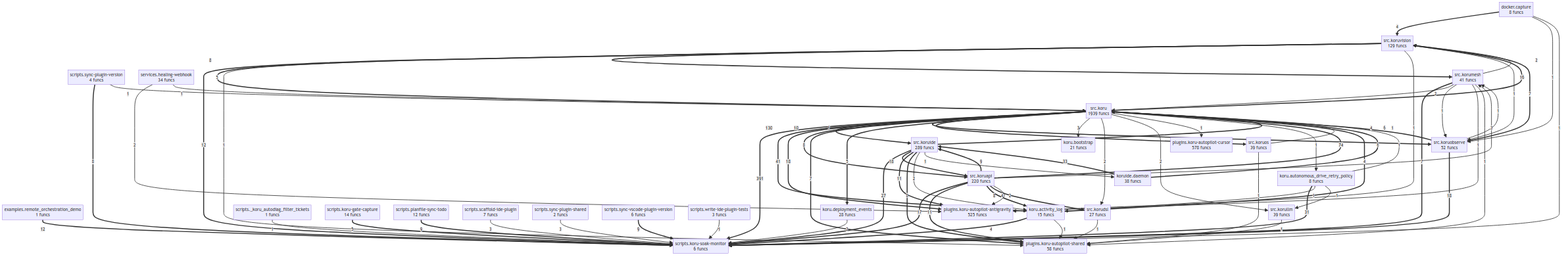
Before: project/compact_flow.png, a diagram exported from Mermaid (semcod/koru). Its source is kept beside it as project/compact_flow.mmd.
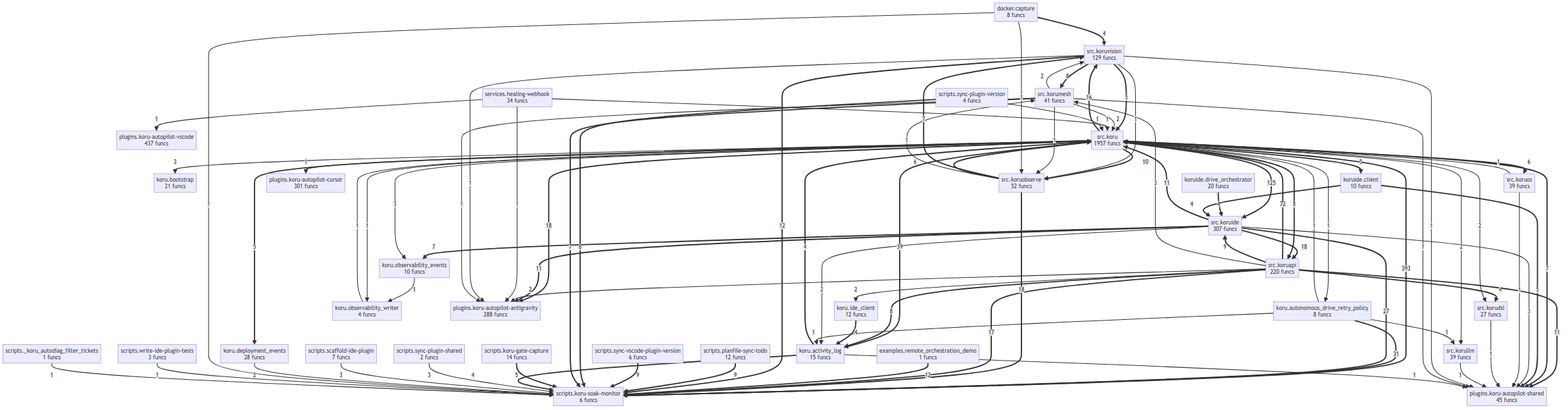
Later version of the same file.

What changed in the source:
```diff
@@ -5,10 +5,15 @@
     koru__autonomous_drive_retry_policy["koru.autonomous_drive_retry_policy<br/>8 funcs"]
     koru__bootstrap["koru.bootstrap<br/>21 funcs"]
     koru__deployment_events["koru.deployment_events<br/>28 funcs"]
-    koruide__daemon["koruide.daemon<br/>38 funcs"]
-    plugins__koru_autopilot_antigravity["plugins.koru-autopilot-antigravity<br/>525 funcs"]
-    plugins__koru_autopilot_cursor["plugins.koru-autopilot-cursor<br/>578 funcs"]
-    plugins__koru_autopilot_shared["plugins.koru-autopilot-shared<br/>58 funcs"]
+    koru__ide_client["koru.ide_client<br/>12 funcs"]
+    koru__observability_events["koru.observability_events<br/>10 funcs"]
+    koru__observability_writer["koru.observability_writer<br/>4 funcs"]
+    koruide__client["koruide.client<br/>10 funcs"]
+    koruide__drive_orchestrator["koruide.drive_orchestrator<br/>20 funcs"]
+    plugins__koru_autopilot_antigravity["plugins.koru-autopilot-antigravity<br/>288 funcs"]
+    plugins__koru_autopilot_cursor["plugins.koru-autopilot-cursor<br/>301 funcs"]
+    plugins__koru_autopilot_shared["plugins.koru-autopilot-shared<br/>45 funcs"]
+    plugins__koru_autopilot_vscode["plugins.koru-autopilot-vscode<br/>437 funcs"]
     scripts___koru_autodiag_filter_tickets["scripts._koru_autodiag_filter_tickets<br/>1 funcs"]
     scripts__koru_gate_capture["scripts.koru-gate-capture<br/>14 funcs"]
     scripts__koru_soak_monitor["scripts.koru-soak-monitor<br/>6 funcs"]
@@ -19,20 +24,19 @@
     scripts__sync_vscode_plugin_version["scripts.sync-vscode-plugin-version<br/>6 funcs"]
     scripts__write_ide_plugin_tests["scripts.write-ide-plugin-tests<br/>3 funcs"]
     services__healing_webhook["services.healing-webhook<br/>34 funcs"]
-    src__koru["src.koru<br/>1939 funcs"]
+    src__koru["src.koru<br/>1957 funcs"]
     src__koruapi["src.koruapi<br/>220 funcs"]
     src__korudsl["src.korudsl<br/>27 funcs"]
-    src__koruide["src.koruide<br/>289 funcs"]
+    src__koruide["src.koruide<br/>307 funcs"]
     src__korullm["src.korullm<br/>39 funcs"]
     src__korumesh["src.korumesh<br/>41 funcs"]
     src__koruobserve["src.koruobserve<br/>52 funcs"]
     src__koruos["src.koruos<br/>39 funcs"]
     src__koruvision["src.koruvision<br/>129 funcs"]
-    src__koru ==>|391| scripts__koru_soak_monitor
-    src__koru ==>|130| src__koruide
-    src__koruapi ==>|74| src__koru
-    src__koru ==>|41| koru__activity_log
-    koruide__daemon ==>|33| src__koruide
+    src__koru ==>|393| scripts__koru_soak_monitor
+    src__koru ==>|125| src__koruide
+    src__koruapi ==>|72| src__koru
+    src__koru ==>|39| koru__activity_log
     koru__autonomous_drive_retry_policy ==>|31| scripts__koru_soak_monitor
     src__koruide ==>|27| scripts__koru_soak_monitor
     src__koruobserve ==>|18| scripts__koru_soak_monitor
@@ -43,6 +47,7 @@
     examples__remote_orchestration_demo ==>|12| scripts__koru_soak_monitor
     src__koruvision ==>|12| scripts__koru_soak_monitor
     src__koruapi ==>|11| plugins__koru_autopilot_shared
+    src__koruide ==>|11| src__koru
     src__koruide ==>|11| plugins__koru_autopilot_antigravity
     src__koru ==>|10| src__koruobserve
     src__koruapi ==>|9| src__koruide
@@ -50,36 +55,43 @@
     scripts__sync_vscode_plugin_version ==>|9| scripts__koru_soak_monitor
     src__koruapi ==>|8| koru__activity_log
     src__koruvision ==>|8| src__korumesh
-    src__koruide ==>|8| plugins__koru_autopilot_shared
     src__koru ==>|8| src__koruapi
     scripts__sync_plugin_version ==>|8| scripts__koru_soak_monitor
     src__koruobserve ==>|7| src__koruvision
     src__korumesh ==>|7| scripts__koru_soak_monitor
     src__koru ==>|7| plugins__koru_autopilot_shared
+    src__koruide ==>|7| koru__observability_events
     src__koruobserve ==>|6| src__koru
-    koruide__daemon ==>|6| src__koru
     src__koru ==>|6| src__koruos
     src__koruvision ==>|5| src__koru
+    koruide__client ==>|5| plugins__koru_autopilot_shared
+    src__koru ==>|5| koruide__client
     src__koru ==>|5| koru__deployment_events
     scripts__koru_gate_capture ==>|5| scripts__koru_soak_monitor
     src__koruapi ==>|4| src__korudsl
-    src__koruide ==>|4| src__koru
+    koruide__drive_orchestrator ==>|4| src__koruide
+    koruide__client ==>|4| src__koruide
+    koru__ide_client ==>|4| koru__activity_log
     koru__activity_log ==>|4| src__koru
     koru__activity_log ==>|4| scripts__koru_soak_monitor
     docker__capture ==>|4| src__koruvision
     src__koruapi -->|3| src__korumesh
+    src__koruide -->|3| plugins__koru_autopilot_shared
     src__koru -->|3| koru__bootstrap
     scripts__sync_plugin_shared -->|3| scripts__koru_soak_monitor
     scripts__scaffold_ide_plugin -->|3| scripts__koru_soak_monitor
-    services__healing_webhook -->|2| plugins__koru_autopilot_antigravity
+    src__koru -->|3| koru__observability_events
     src__koruapi -->|2| plugins__koru_autopilot_antigravity
+    src__koruapi -->|2| koru__ide_client
     src__korumesh -->|2| src__koru
     src__korumesh -->|2| src__koruvision
     src__koruide -->|2| koru__activity_log
     src__koru -->|2| src__korudsl
     src__koru -->|2| src__korullm
     koru__deployment_events -->|2| scripts__koru_soak_monitor
+    services__healing_webhook -->|1| plugins__koru_autopilot_antigravity
     services__healing_webhook -->|1| src__koru
+    services__healing_webhook -->|1| plugins__koru_autopilot_vscode
     src__koruobserve -->|1| src__korumesh
     src__koruos -->|1| plugins__koru_autopilot_shared
     src__koruos -->|1| src__koru
@@ -91,15 +103,17 @@
     src__korumesh -->|1| src__koruobserve
     src__korumesh -->|1| plugins__koru_autopilot_antigravity
     src__korumesh -->|1| plugins__koru_autopilot_shared
-    src__koruide -->|1| koruide__daemon
     src__koru -->|1| plugins__koru_autopilot_cursor
+    koru__observability_writer -->|1| src__koru
     koru__autonomous_drive_retry_policy -->|1| koru__activity_log
     koru__autonomous_drive_retry_policy -->|1| src__korullm
     koru__autonomous_drive_retry_policy -->|1| src__koru
     koru__activity_log -->|1| plugins__koru_autopilot_shared
     src__koru -->|1| koru__autonomous_drive_retry_policy
+    koru__observability_events -->|1| koru__observability_writer
     docker__capture -->|1| src__koruobserve
     docker__capture -->|1| scripts__koru_soak_monitor
     scripts__write_ide_plugin_tests -->|1| scripts__koru_soak_monitor
     scripts__sync_plugin_version -->|1| src__koru
     scripts___koru_autodiag_filter_tickets -->|1| scripts__koru_soak_monitor
+    src__koru -->|1| koru__observability_writer
```
